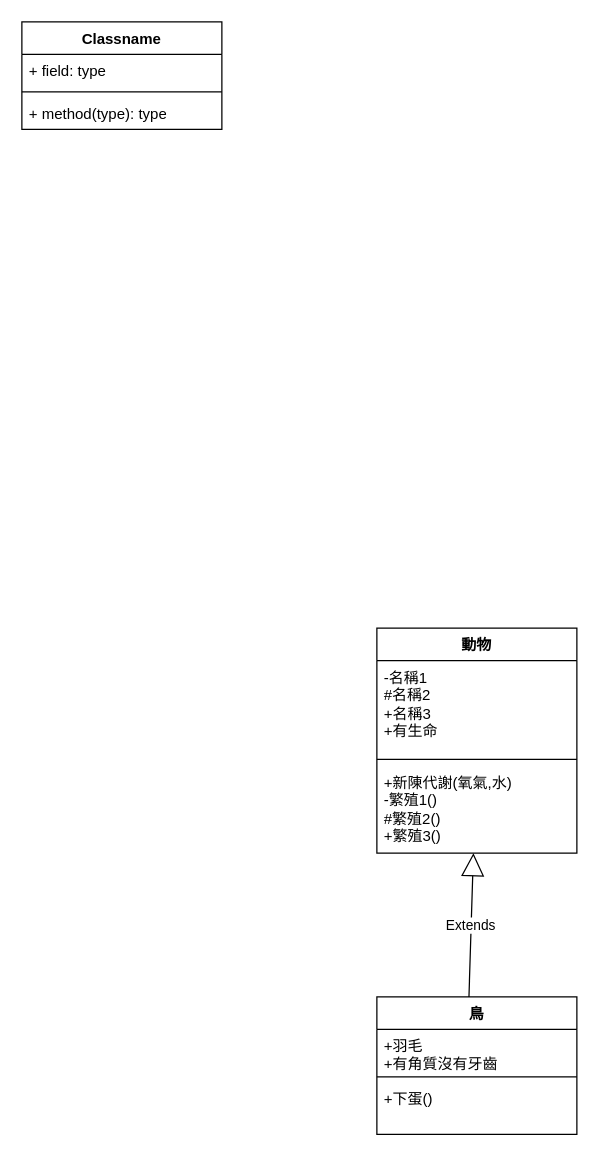
muchen0926/Interim-Report keeps this draw.io diagram as 繼承關系.drawio. Above is the earlier version. Source tidied: cells renumbered, new cells numbered last; positions are measured from the earlier drawing's top-left corner, leaving out a move shared by most shapes. Both pictures are drawn from the tidied source at 125%, with x=0, y=0 at pixel (21, 21).
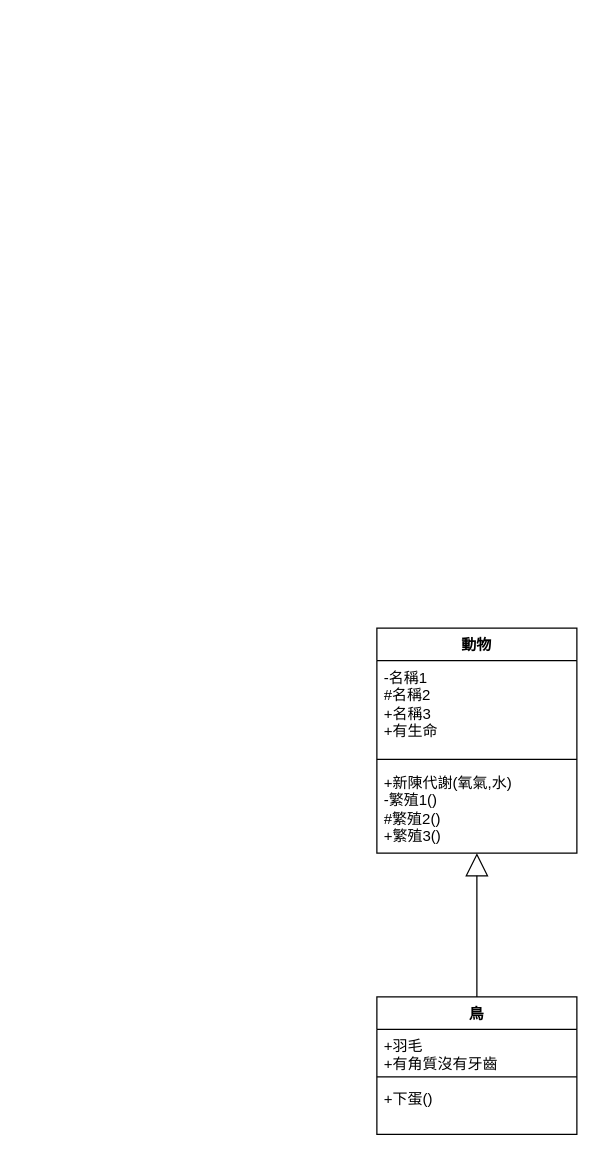
After the change.

Commit message:
更新繼承關系.drawio

What changed in the source:
```diff
@@
 <mxGraphModel>
   <root>
     <mxCell id="0" />
     <mxCell id="1" parent="0" />
-    <mxCell id="2" value="Classname" style="swimlane;fontStyle=1;align=center;verticalAlign=top;horizontal=1;startSize=26;whiteSpace=wrap;html=1;" parent="1" vertex="1">
-      <mxGeometry width="160" height="86" as="geometry" />
-    </mxCell>
-    <mxCell id="3" value="+ field: type" style="text;strokeColor=none;fillColor=none;align=left;verticalAlign=top;spacingLeft=4;spacingRight=4;overflow=hidden;whiteSpace=wrap;html=1;" parent="2" vertex="1">
-      <mxGeometry y="26" width="160" height="26" as="geometry" />
-    </mxCell>
-    <mxCell id="4" style="line;strokeWidth=1;fillColor=none;align=left;verticalAlign=middle;spacingTop=-1;spacingLeft=3;spacingRight=3;labelPosition=right;strokeColor=inherit;" parent="2" vertex="1">
-      <mxGeometry y="52" width="160" height="8" as="geometry" />
-    </mxCell>
-    <mxCell id="5" value="+ method(type): type" style="text;strokeColor=none;fillColor=none;align=left;verticalAlign=top;spacingLeft=4;spacingRight=4;overflow=hidden;whiteSpace=wrap;html=1;" parent="2" vertex="1">
-      <mxGeometry y="60" width="160" height="26" as="geometry" />
-    </mxCell>
     <mxCell id="6" value="動物" style="swimlane;fontStyle=1;align=center;verticalAlign=top;horizontal=1;startSize=26;whiteSpace=wrap;html=1;" parent="1" vertex="1">
       <mxGeometry x="284" y="485" width="160" height="180" as="geometry" />
     </mxCell>
     <mxCell id="7" value="-名稱1&lt;br&gt;#名稱2&lt;br&gt;+名稱3&lt;br&gt;+有生命" style="text;strokeColor=none;fillColor=none;align=left;verticalAlign=top;spacingLeft=4;spacingRight=4;overflow=hidden;whiteSpace=wrap;html=1;" parent="6" vertex="1">
       <mxGeometry y="26" width="160" height="74" as="geometry" />
     </mxCell>
     <mxCell id="8" style="line;strokeWidth=1;fillColor=none;align=left;verticalAlign=middle;spacingTop=-1;spacingLeft=3;spacingRight=3;labelPosition=right;strokeColor=inherit;" parent="6" vertex="1">
       <mxGeometry y="100" width="160" height="10" as="geometry" />
     </mxCell>
     <mxCell id="9" value="+新陳代謝(氧氣,水)&lt;br&gt;-繁殖1()&lt;br&gt;#繁殖2()&lt;br&gt;+繁殖3()" style="text;strokeColor=none;fillColor=none;align=left;verticalAlign=top;spacingLeft=4;spacingRight=4;overflow=hidden;whiteSpace=wrap;html=1;" parent="6" vertex="1">
       <mxGeometry y="110" width="160" height="70" as="geometry" />
     </mxCell>
-    <mxCell id="10" value="Extends" style="endArrow=block;endSize=16;endFill=0;html=1;rounded=0;exitX=0.46;exitY=0.018;exitDx=0;exitDy=0;exitPerimeter=0;" parent="1" edge="1" source="11" target="6">
+    <mxCell id="10" style="endArrow=block;endSize=16;endFill=0;html=1;rounded=0;" parent="1" edge="1" source="11" target="6">
       <mxGeometry relative="1" as="geometry" />
     </mxCell>
     <mxCell id="11" value="鳥" style="swimlane;fontStyle=1;align=center;verticalAlign=top;horizontal=1;startSize=26;whiteSpace=wrap;html=1;" parent="1" vertex="1">
       <mxGeometry x="284" y="780" width="160" height="110" as="geometry" />
     </mxCell>
     <mxCell id="12" value="+羽毛&lt;br&gt;+有角質沒有牙齒" style="text;strokeColor=none;fillColor=none;align=left;verticalAlign=top;spacingLeft=4;spacingRight=4;overflow=hidden;whiteSpace=wrap;html=1;" parent="11" vertex="1">
       <mxGeometry y="26" width="160" height="34" as="geometry" />
     </mxCell>
     <mxCell id="13" style="line;strokeWidth=1;fillColor=none;align=left;verticalAlign=middle;spacingTop=-1;spacingLeft=3;spacingRight=3;labelPosition=right;strokeColor=inherit;" parent="11" vertex="1">
       <mxGeometry y="60" width="160" height="8" as="geometry" />
     </mxCell>
     <mxCell id="14" value="+下蛋()" style="text;strokeColor=none;fillColor=none;align=left;verticalAlign=top;spacingLeft=4;spacingRight=4;overflow=hidden;whiteSpace=wrap;html=1;" parent="11" vertex="1">
       <mxGeometry y="68" width="160" height="42" as="geometry" />
     </mxCell>
   </root>
 </mxGraphModel>
```
